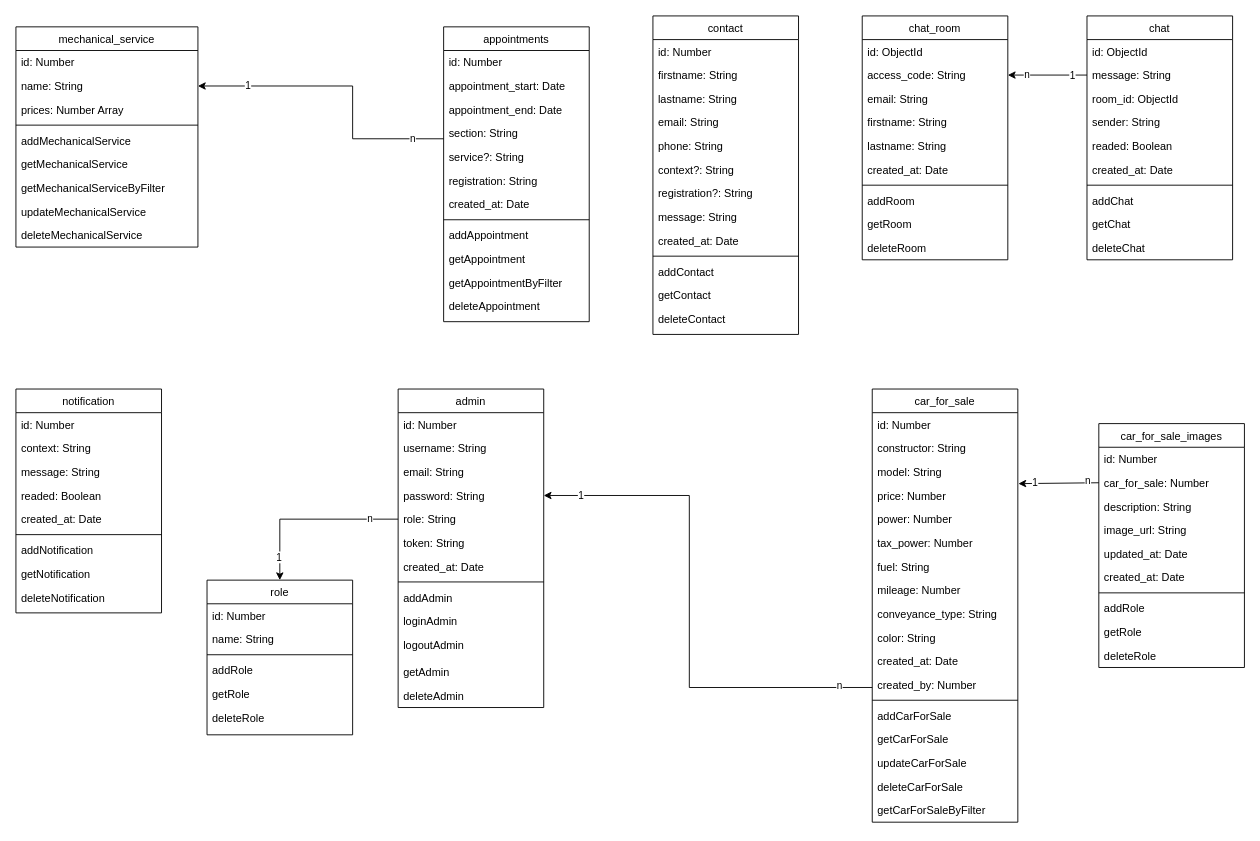
Above: documentation/hephaistos-MCD.drawio in nsevendev/hephaistos (draw.io), before the change. Source tidied: cells renumbered, new cells numbered last; positions are measured from the earlier drawing's top-left corner, leaving out a move shared by most shapes. Both pictures are drawn from the tidied source at 91%, with x=0, y=0 at pixel (15, 15).
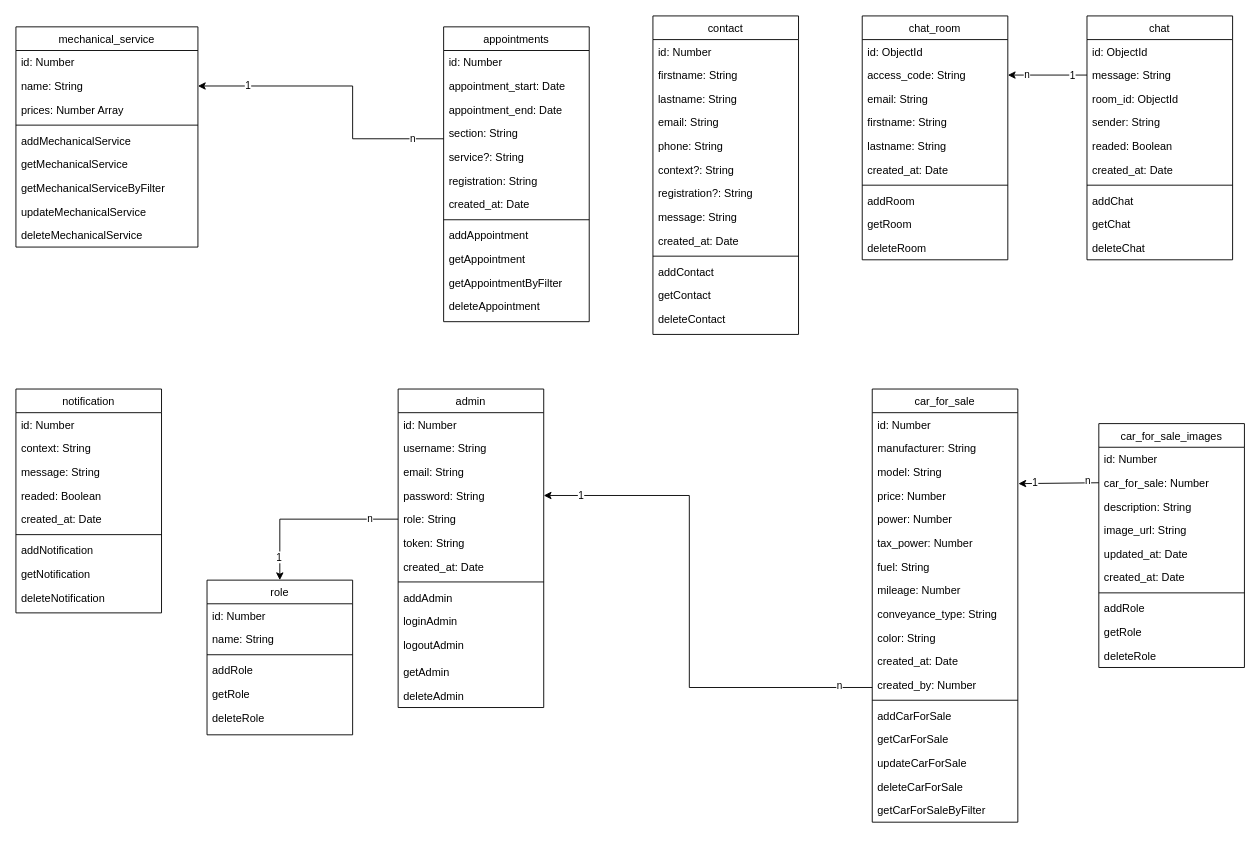
The same page after the edit.

Commit message:
modification schema car_for_sale

Unchanged cells that the change refers to:
```xml
<mxCell id="12" value="car_for_sale" style="swimlane;fontStyle=0;align=center;verticalAlign=top;horizontal=1;startSize=26;rounded=0;shadow=0;strokeWidth=1;" parent="1" vertex="1">
  <mxGeometry x="941" y="410" width="160" height="476" as="geometry" />
</mxCell>
```

Change to the diagram source:
```diff
@@
-    <mxCell id="14" value="constructor: String" style="text;align=left;verticalAlign=top;spacingLeft=4;spacingRight=4;overflow=hidden;" parent="12" vertex="1">
+    <mxCell id="14" value="manufacturer: String" style="text;align=left;verticalAlign=top;spacingLeft=4;spacingRight=4;overflow=hidden;" parent="12" vertex="1">
       <mxGeometry y="52" width="160" height="26" as="geometry" />
     </mxCell>
```
